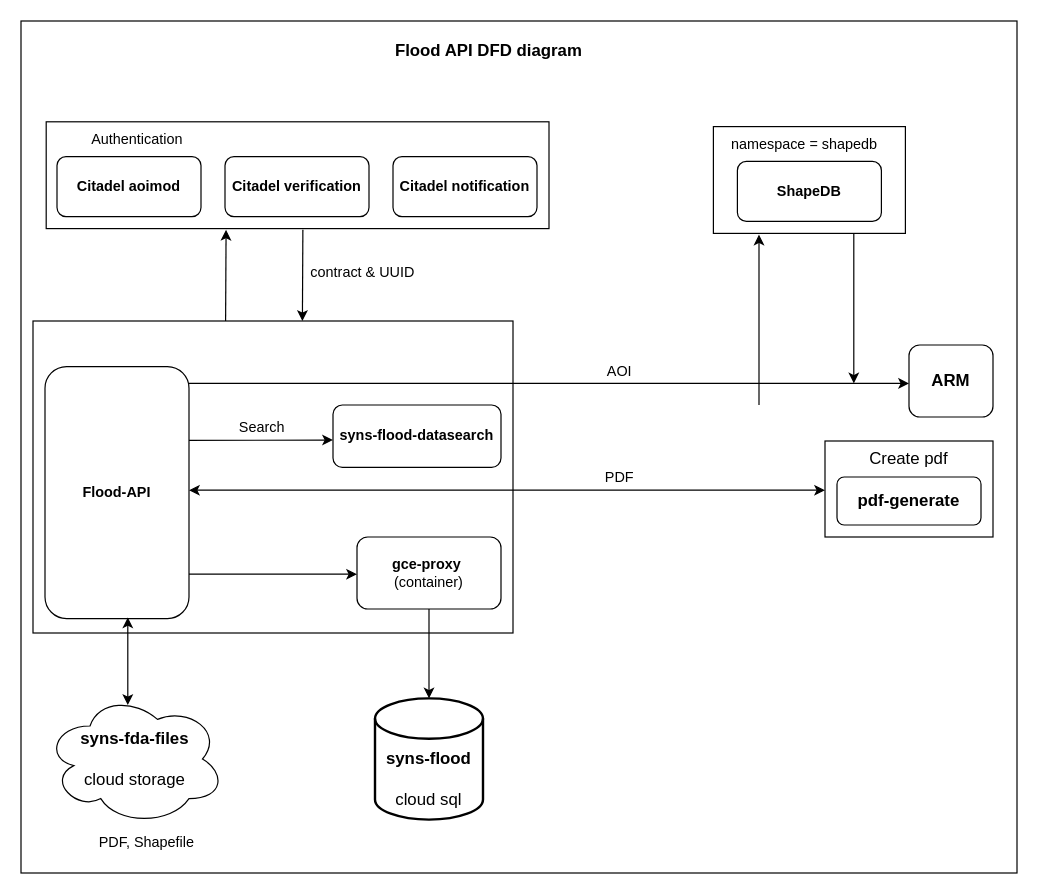
Earlier version of the draw.io diagram fda.drawio (arif2009/diagram). Source tidied: cells renumbered, new cells numbered last; positions are measured from the earlier drawing's top-left corner, leaving out a move shared by most shapes. Both pictures are drawn from the tidied source at 120%, with x=0, y=0 at pixel (20, 20).
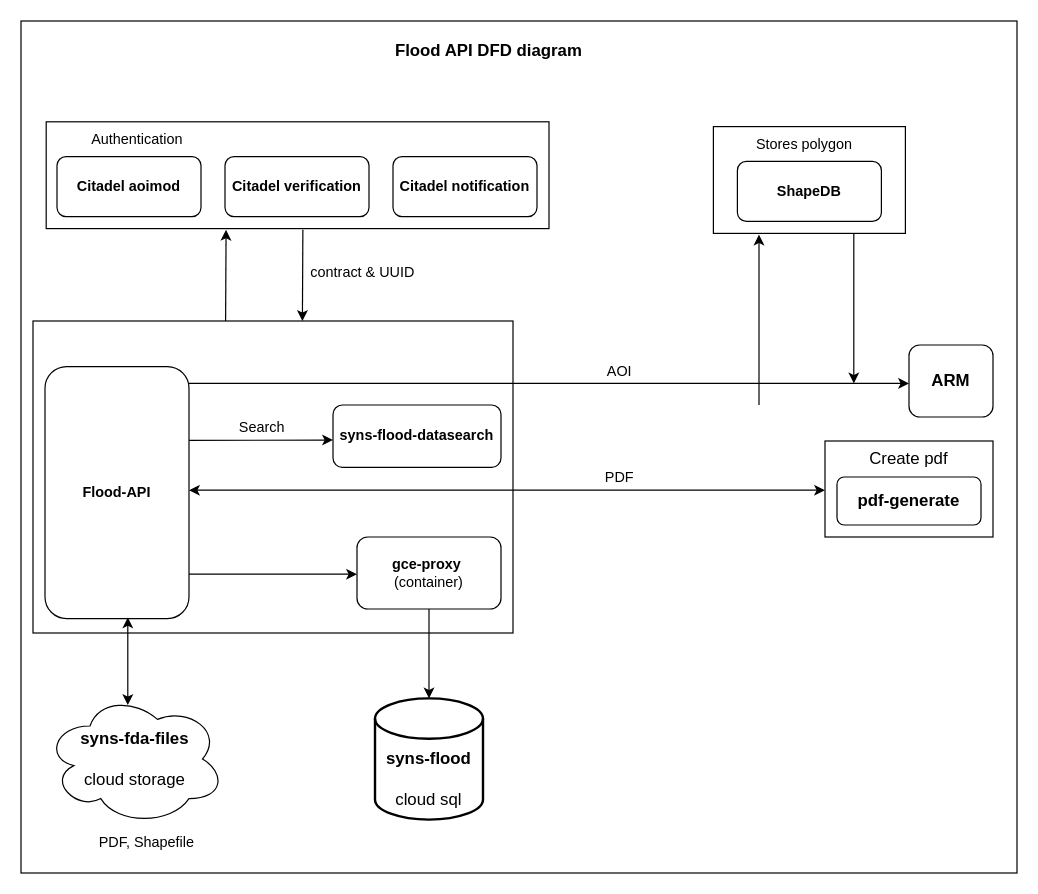
The same diagram, later.

Unchanged cells that the change refers to:
```xml
<mxCell id="30" style="group;" parent="1" vertex="1">
  <mxGeometry x="577" y="88" width="160" height="89" as="geometry" />
</mxCell>
```

The edit, as a diff of the source:
```diff
@@
-    <mxCell id="32" value="namespace = shapedb" style="text;html=1;strokeColor=none;fillColor=none;align=center;verticalAlign=middle;whiteSpace=wrap;rounded=0;" parent="30" vertex="1">
+    <mxCell id="32" value="Stores polygon" style="text;html=1;strokeColor=none;fillColor=none;align=center;verticalAlign=middle;whiteSpace=wrap;rounded=0;" parent="30" vertex="1">
       <mxGeometry x="1" width="150" height="30" as="geometry" />
     </mxCell>
```
